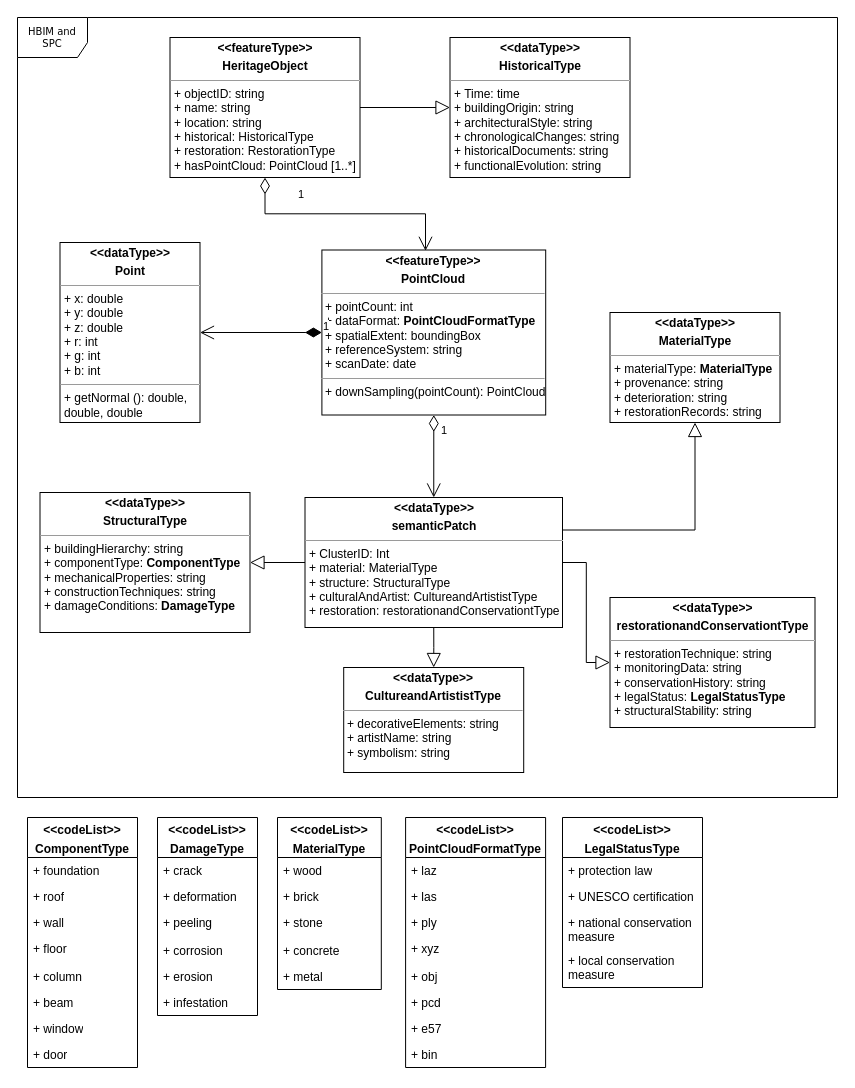
Zhuoyuee/thesis keeps this draw.io diagram as Untitled Diagram.drawio. Above is the earlier version. Source tidied: cells renumbered, new cells numbered last; positions are measured from the earlier drawing's top-left corner, leaving out a move shared by most shapes. Both pictures are drawn from the tidied source at 100%, with x=0, y=0 at pixel (17, 17).
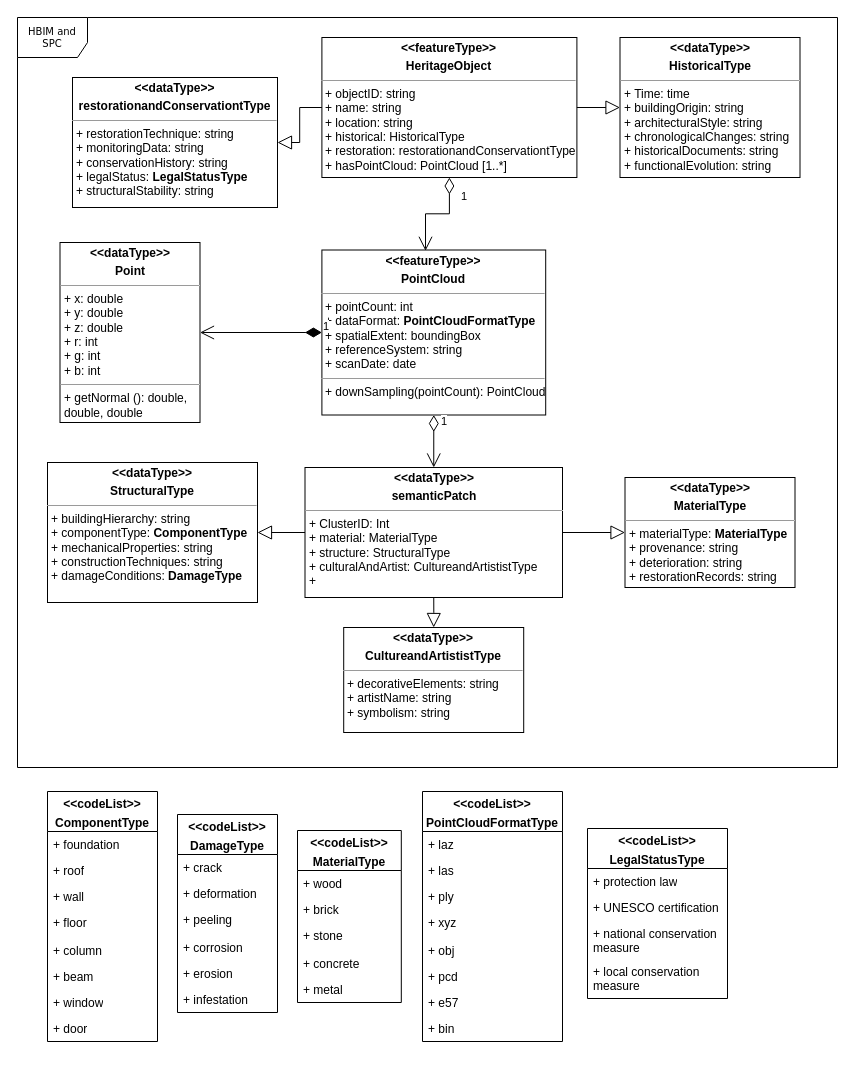
The same page after the edit.

Change to the diagram source:
```diff
@@
     <mxCell id="2" value="HBIM and SPC" style="shape=umlFrame;whiteSpace=wrap;html=1;rounded=0;shadow=0;comic=0;labelBackgroundColor=none;strokeWidth=1;fontFamily=Verdana;fontSize=10;align=center;width=70;height=40;" parent="1" vertex="1">
-      <mxGeometry width="820" height="780" as="geometry" />
+      <mxGeometry width="820" height="750" as="geometry" />
     </mxCell>
@@
-    <mxCell id="4" value="&lt;p style=&quot;margin:0px;margin-top:4px;text-align:center;&quot;&gt;&lt;b&gt;&amp;lt;&amp;lt;featureType&amp;gt;&amp;gt;&lt;/b&gt;&lt;b&gt;&lt;/b&gt;&lt;/p&gt;&lt;p style=&quot;margin:0px;margin-top:4px;text-align:center;&quot;&gt;&lt;b&gt;HeritageObject&lt;/b&gt;&lt;/p&gt;&lt;hr size=&quot;1&quot;&gt;&lt;p style=&quot;margin:0px;margin-left:4px;&quot;&gt;+ objectID: string&lt;br&gt;+ name: string&lt;/p&gt;&lt;p style=&quot;margin:0px;margin-left:4px;&quot;&gt;+ location: string&lt;/p&gt;&lt;p style=&quot;margin:0px;margin-left:4px;&quot;&gt;+ historical: HistoricalType&lt;/p&gt;&lt;p style=&quot;margin:0px;margin-left:4px;&quot;&gt;+ restoration: RestorationType&lt;/p&gt;&lt;p style=&quot;margin:0px;margin-left:4px;&quot;&gt;+ hasPointCloud: PointCloud [1..*]&lt;/p&gt;" style="verticalAlign=top;align=left;overflow=fill;fontSize=12;fontFamily=Helvetica;html=1;rounded=0;shadow=0;comic=0;labelBackgroundColor=none;strokeWidth=1;" parent="1" vertex="1">
-      <mxGeometry x="152.5" y="20" width="190" height="140" as="geometry" />
+    <mxCell id="4" value="&lt;p style=&quot;margin:0px;margin-top:4px;text-align:center;&quot;&gt;&lt;b&gt;&amp;lt;&amp;lt;featureType&amp;gt;&amp;gt;&lt;/b&gt;&lt;b&gt;&lt;/b&gt;&lt;/p&gt;&lt;p style=&quot;margin:0px;margin-top:4px;text-align:center;&quot;&gt;&lt;b&gt;HeritageObject&lt;/b&gt;&lt;/p&gt;&lt;hr size=&quot;1&quot;&gt;&lt;p style=&quot;margin:0px;margin-left:4px;&quot;&gt;+ objectID: string&lt;br&gt;+ name: string&lt;/p&gt;&lt;p style=&quot;margin:0px;margin-left:4px;&quot;&gt;+ location: string&lt;/p&gt;&lt;p style=&quot;margin:0px;margin-left:4px;&quot;&gt;+ historical: HistoricalType&lt;/p&gt;&lt;p style=&quot;margin: 0px 0px 0px 4px;&quot;&gt;+ restoration:&amp;nbsp;&lt;span style=&quot;background-color: transparent; color: light-dark(rgb(0, 0, 0), rgb(255, 255, 255)); text-align: center;&quot;&gt;restorationandConservationtType&lt;/span&gt;&lt;/p&gt;&lt;p style=&quot;margin:0px;margin-left:4px;&quot;&gt;+ hasPointCloud: PointCloud [1..*]&lt;/p&gt;" style="verticalAlign=top;align=left;overflow=fill;fontSize=12;fontFamily=Helvetica;html=1;rounded=0;shadow=0;comic=0;labelBackgroundColor=none;strokeWidth=1;" parent="1" vertex="1">
+      <mxGeometry x="304.4" y="20" width="255" height="140" as="geometry" />
     </mxCell>
@@
     <mxCell id="6" value="&lt;p style=&quot;margin:0px;margin-top:4px;text-align:center;&quot;&gt;&lt;b&gt;&amp;lt;&amp;lt;dataType&amp;gt;&amp;gt;&lt;/b&gt;&lt;b&gt;&lt;/b&gt;&lt;/p&gt;&lt;p style=&quot;margin:0px;margin-top:4px;text-align:center;&quot;&gt;&lt;b&gt;HistoricalType&lt;/b&gt;&lt;/p&gt;&lt;hr size=&quot;1&quot;&gt;&lt;p style=&quot;margin:0px;margin-left:4px;&quot;&gt;+ Time: time&lt;/p&gt;&lt;p style=&quot;margin:0px;margin-left:4px;&quot;&gt;+ buildingOrigin: string&lt;/p&gt;&lt;p style=&quot;margin:0px;margin-left:4px;&quot;&gt;+ architecturalStyle: string&lt;/p&gt;&lt;p style=&quot;margin:0px;margin-left:4px;&quot;&gt;+ chronologicalChanges: string&lt;/p&gt;&lt;p style=&quot;margin:0px;margin-left:4px;&quot;&gt;+ historicalDocuments: string&lt;/p&gt;&lt;p style=&quot;margin:0px;margin-left:4px;&quot;&gt;+ functionalEvolution: string&lt;/p&gt;" style="verticalAlign=top;align=left;overflow=fill;fontSize=12;fontFamily=Helvetica;html=1;rounded=0;shadow=0;comic=0;labelBackgroundColor=none;strokeWidth=1;" parent="1" vertex="1">
-      <mxGeometry x="432.5" y="20" width="180" height="140" as="geometry" />
+      <mxGeometry x="602.5" y="20" width="180" height="140" as="geometry" />
     </mxCell>
     <mxCell id="7" value="&lt;p style=&quot;margin:0px;margin-top:4px;text-align:center;&quot;&gt;&lt;b&gt;&amp;lt;&amp;lt;dataType&amp;gt;&amp;gt;&lt;/b&gt;&lt;b&gt;&lt;/b&gt;&lt;/p&gt;&lt;p style=&quot;margin:0px;margin-top:4px;text-align:center;&quot;&gt;&lt;b&gt;CultureandArtististType&lt;/b&gt;&lt;/p&gt;&lt;hr size=&quot;1&quot;&gt;&lt;p style=&quot;margin:0px;margin-left:4px;&quot;&gt;+ decorativeElements: string&lt;/p&gt;&lt;p style=&quot;margin:0px;margin-left:4px;&quot;&gt;+ artistName: string&lt;br&gt;&lt;/p&gt;&lt;p style=&quot;margin:0px;margin-left:4px;&quot;&gt;+ symbolism: string&lt;/p&gt;&lt;p style=&quot;margin:0px;margin-left:4px;&quot;&gt;&lt;br&gt;&lt;/p&gt;&lt;hr size=&quot;1&quot;&gt;&lt;p style=&quot;margin:0px;margin-left:4px;&quot;&gt;&lt;br&gt;&lt;/p&gt;" style="verticalAlign=top;align=left;overflow=fill;fontSize=12;fontFamily=Helvetica;html=1;rounded=0;shadow=0;comic=0;labelBackgroundColor=none;strokeWidth=1;" parent="1" vertex="1">
-      <mxGeometry x="326.2" y="650" width="180" height="105" as="geometry" />
+      <mxGeometry x="326.2" y="610" width="180" height="105" as="geometry" />
     </mxCell>
-    <mxCell id="8" value="&lt;p style=&quot;margin:0px;margin-top:4px;text-align:center;&quot;&gt;&lt;b&gt;&amp;lt;&amp;lt;dataType&amp;gt;&amp;gt;&lt;/b&gt;&lt;b&gt;&lt;/b&gt;&lt;/p&gt;&lt;p style=&quot;margin:0px;margin-top:4px;text-align:center;&quot;&gt;&lt;b&gt;restorationandConservationtType&lt;/b&gt;&lt;/p&gt;&lt;hr size=&quot;1&quot;&gt;&lt;p style=&quot;margin:0px;margin-left:4px;&quot;&gt;+ restorationTechnique: string&lt;/p&gt;&lt;p style=&quot;margin:0px;margin-left:4px;&quot;&gt;+ monitoringData: string&lt;br&gt;&lt;/p&gt;&lt;p style=&quot;margin:0px;margin-left:4px;&quot;&gt;+ conservationHistory: string&lt;/p&gt;&lt;p style=&quot;margin:0px;margin-left:4px;&quot;&gt;+ legalStatus: &lt;b&gt;Le&lt;span style=&quot;background-color: transparent; color: light-dark(rgb(0, 0, 0), rgb(255, 255, 255));&quot;&gt;galStatusType&lt;/span&gt;&lt;/b&gt;&lt;/p&gt;&lt;p style=&quot;margin:0px;margin-left:4px;&quot;&gt;+ structuralStability: string&lt;/p&gt;&lt;p style=&quot;margin:0px;margin-left:4px;&quot;&gt;&lt;br&gt;&lt;/p&gt;&lt;hr size=&quot;1&quot;&gt;&lt;p style=&quot;margin:0px;margin-left:4px;&quot;&gt;&lt;br&gt;&lt;/p&gt;" style="verticalAlign=top;align=left;overflow=fill;fontSize=12;fontFamily=Helvetica;html=1;rounded=0;shadow=0;comic=0;labelBackgroundColor=none;strokeWidth=1;" parent="1" vertex="1">
-      <mxGeometry x="592.5" y="580" width="205" height="130" as="geometry" />
-    </mxCell>
-    <mxCell id="9" value="&lt;p style=&quot;margin:0px;margin-top:4px;text-align:center;&quot;&gt;&lt;b&gt;&amp;lt;&amp;lt;dataType&amp;gt;&amp;gt;&lt;/b&gt;&lt;b&gt;&lt;/b&gt;&lt;/p&gt;&lt;p style=&quot;margin:0px;margin-top:4px;text-align:center;&quot;&gt;&lt;b&gt;semanticPatch&lt;/b&gt;&lt;/p&gt;&lt;hr size=&quot;1&quot;&gt;&lt;p style=&quot;margin:0px;margin-left:4px;&quot;&gt;+ ClusterID: Int&lt;br&gt;+ material: MaterialType&lt;br&gt;&lt;/p&gt;&lt;p style=&quot;margin:0px;margin-left:4px;&quot;&gt;+ structure: StructuralType&lt;/p&gt;&lt;p style=&quot;margin:0px;margin-left:4px;&quot;&gt;&lt;span style=&quot;background-color: transparent;&quot;&gt;+ culturalAndArtist:&amp;nbsp;&lt;/span&gt;&lt;span style=&quot;background-color: transparent; color: light-dark(rgb(0, 0, 0), rgb(255, 255, 255)); text-align: center;&quot;&gt;CultureandArtististType&lt;/span&gt;&lt;/p&gt;&lt;p style=&quot;margin:0px;margin-left:4px;&quot;&gt;+ restoration:&amp;nbsp;&lt;span style=&quot;background-color: transparent; color: light-dark(rgb(0, 0, 0), rgb(255, 255, 255)); text-align: center;&quot;&gt;restorationandConservationtType&lt;/span&gt;&lt;/p&gt;&lt;p style=&quot;margin:0px;margin-left:4px;&quot;&gt;&lt;br&gt;&lt;/p&gt;" style="verticalAlign=top;align=left;overflow=fill;fontSize=12;fontFamily=Helvetica;html=1;rounded=0;shadow=0;comic=0;labelBackgroundColor=none;strokeWidth=1;" parent="1" vertex="1">
-      <mxGeometry x="287.5" y="480" width="257.5" height="130" as="geometry" />
+    <mxCell id="9" value="&lt;p style=&quot;margin:0px;margin-top:4px;text-align:center;&quot;&gt;&lt;b&gt;&amp;lt;&amp;lt;dataType&amp;gt;&amp;gt;&lt;/b&gt;&lt;b&gt;&lt;/b&gt;&lt;/p&gt;&lt;p style=&quot;margin:0px;margin-top:4px;text-align:center;&quot;&gt;&lt;b&gt;semanticPatch&lt;/b&gt;&lt;/p&gt;&lt;hr size=&quot;1&quot;&gt;&lt;p style=&quot;margin:0px;margin-left:4px;&quot;&gt;+ ClusterID: Int&lt;br&gt;+ material: MaterialType&lt;br&gt;&lt;/p&gt;&lt;p style=&quot;margin:0px;margin-left:4px;&quot;&gt;+ structure: StructuralType&lt;/p&gt;&lt;p style=&quot;margin:0px;margin-left:4px;&quot;&gt;&lt;span style=&quot;background-color: transparent;&quot;&gt;+ culturalAndArtist:&amp;nbsp;&lt;/span&gt;&lt;span style=&quot;background-color: transparent; color: light-dark(rgb(0, 0, 0), rgb(255, 255, 255)); text-align: center;&quot;&gt;CultureandArtististType&lt;/span&gt;&lt;/p&gt;&lt;p style=&quot;margin:0px;margin-left:4px;&quot;&gt;+&amp;nbsp;&lt;/p&gt;" style="verticalAlign=top;align=left;overflow=fill;fontSize=12;fontFamily=Helvetica;html=1;rounded=0;shadow=0;comic=0;labelBackgroundColor=none;strokeWidth=1;" parent="1" vertex="1">
+      <mxGeometry x="287.5" y="450" width="257.5" height="130" as="geometry" />
     </mxCell>
@@
     <mxCell id="12" value="&lt;p style=&quot;text-wrap-mode: nowrap; margin: 4px 0px 0px;&quot;&gt;&lt;b&gt;&amp;lt;&amp;lt;codeList&amp;gt;&amp;gt;&lt;/b&gt;&lt;/p&gt;&lt;p style=&quot;text-wrap-mode: nowrap; margin: 4px 0px 0px;&quot;&gt;&lt;b&gt;MaterialType&lt;/b&gt;&lt;/p&gt;" style="swimlane;fontStyle=0;horizontal=1;startSize=40;fillColor=none;whiteSpace=wrap;html=1;" parent="1" vertex="1">
-      <mxGeometry x="260" y="800" width="103.8" height="172" as="geometry" />
+      <mxGeometry x="280" y="813" width="103.8" height="172" as="geometry" />
     </mxCell>
@@
     <mxCell id="18" value="&lt;p style=&quot;text-wrap-mode: nowrap; margin: 4px 0px 0px;&quot;&gt;&lt;b&gt;&amp;lt;&amp;lt;codeList&amp;gt;&amp;gt;&lt;/b&gt;&lt;/p&gt;&lt;p style=&quot;text-wrap-mode: nowrap; margin: 4px 0px 0px;&quot;&gt;&lt;b&gt;ComponentType&lt;/b&gt;&lt;/p&gt;" style="swimlane;fontStyle=0;horizontal=1;startSize=40;fillColor=none;whiteSpace=wrap;html=1;" parent="1" vertex="1">
-      <mxGeometry x="10" y="800" width="110" height="250" as="geometry" />
+      <mxGeometry x="30" y="774" width="110" height="250" as="geometry" />
     </mxCell>
@@
     <mxCell id="27" value="&lt;p style=&quot;margin:0px;margin-top:4px;text-align:center;&quot;&gt;&lt;b&gt;&amp;lt;&amp;lt;dataType&amp;gt;&amp;gt;&lt;/b&gt;&lt;b&gt;&lt;/b&gt;&lt;/p&gt;&lt;p style=&quot;margin:0px;margin-top:4px;text-align:center;&quot;&gt;&lt;b&gt;MaterialType&lt;/b&gt;&lt;/p&gt;&lt;hr size=&quot;1&quot;&gt;&lt;p style=&quot;margin:0px;margin-left:4px;&quot;&gt;+ materialType:&amp;nbsp;&lt;b style=&quot;background-color: transparent; color: light-dark(rgb(0, 0, 0), rgb(255, 255, 255)); text-align: center;&quot;&gt;MaterialType&lt;/b&gt;&lt;/p&gt;&lt;p style=&quot;margin:0px;margin-left:4px;&quot;&gt;+ provenance: string&lt;/p&gt;&lt;p style=&quot;margin:0px;margin-left:4px;&quot;&gt;+ deterioration: string&lt;/p&gt;&lt;p style=&quot;margin:0px;margin-left:4px;&quot;&gt;+ restorationRecords: string&lt;/p&gt;" style="verticalAlign=top;align=left;overflow=fill;fontSize=12;fontFamily=Helvetica;html=1;rounded=0;shadow=0;comic=0;labelBackgroundColor=none;strokeWidth=1;" parent="1" vertex="1">
-      <mxGeometry x="592.5" y="295" width="170" height="110" as="geometry" />
+      <mxGeometry x="607.5" y="460" width="170" height="110" as="geometry" />
     </mxCell>
     <mxCell id="28" value="&lt;p style=&quot;margin:0px;margin-top:4px;text-align:center;&quot;&gt;&lt;b&gt;&amp;lt;&amp;lt;dataType&amp;gt;&amp;gt;&lt;/b&gt;&lt;b&gt;&lt;/b&gt;&lt;/p&gt;&lt;p style=&quot;margin:0px;margin-top:4px;text-align:center;&quot;&gt;&lt;b&gt;StructuralType&lt;/b&gt;&lt;/p&gt;&lt;hr size=&quot;1&quot;&gt;&lt;p style=&quot;margin:0px;margin-left:4px;&quot;&gt;+ buildingHierarchy: string&lt;/p&gt;&lt;p style=&quot;margin:0px;margin-left:4px;&quot;&gt;+ componentType:&amp;nbsp;&lt;b style=&quot;background-color: transparent; color: light-dark(rgb(0, 0, 0), rgb(255, 255, 255)); text-align: center;&quot;&gt;ComponentType&lt;/b&gt;&lt;/p&gt;&lt;p style=&quot;margin:0px;margin-left:4px;&quot;&gt;+ mechanicalProperties: string&lt;/p&gt;&lt;p style=&quot;margin:0px;margin-left:4px;&quot;&gt;+ constructionTechniques: string&lt;/p&gt;&lt;p style=&quot;margin:0px;margin-left:4px;&quot;&gt;+ damageConditions: &lt;b&gt;DamageType&lt;/b&gt;&lt;/p&gt;" style="verticalAlign=top;align=left;overflow=fill;fontSize=12;fontFamily=Helvetica;html=1;rounded=0;shadow=0;comic=0;labelBackgroundColor=none;strokeWidth=1;" parent="1" vertex="1">
-      <mxGeometry x="22.5" y="475" width="210" height="140" as="geometry" />
+      <mxGeometry x="30" y="445" width="210" height="140" as="geometry" />
     </mxCell>
     <mxCell id="29" value="&lt;p style=&quot;text-wrap-mode: nowrap; margin: 4px 0px 0px;&quot;&gt;&lt;b&gt;&amp;lt;&amp;lt;codeList&amp;gt;&amp;gt;&lt;/b&gt;&lt;/p&gt;&lt;p style=&quot;text-wrap-mode: nowrap; margin: 4px 0px 0px;&quot;&gt;&lt;b&gt;DamageType&lt;/b&gt;&lt;/p&gt;" style="swimlane;fontStyle=0;horizontal=1;startSize=40;fillColor=none;whiteSpace=wrap;html=1;" parent="1" vertex="1">
-      <mxGeometry x="140" y="800" width="100" height="198" as="geometry" />
+      <mxGeometry x="160" y="797" width="100" height="198" as="geometry" />
     </mxCell>
@@
     <mxCell id="36" value="&lt;p style=&quot;text-wrap-mode: nowrap; margin: 4px 0px 0px;&quot;&gt;&lt;b&gt;&amp;lt;&amp;lt;codeList&amp;gt;&amp;gt;&lt;/b&gt;&lt;/p&gt;&lt;p style=&quot;text-wrap-mode: nowrap; margin: 4px 0px 0px;&quot;&gt;&lt;span style=&quot;background-color: transparent; color: light-dark(rgb(0, 0, 0), rgb(255, 255, 255)); text-wrap-mode: wrap;&quot;&gt;&lt;b&gt;LegalStatusType&lt;/b&gt;&lt;/span&gt;&lt;/p&gt;" style="swimlane;fontStyle=0;horizontal=1;startSize=40;fillColor=none;whiteSpace=wrap;html=1;" parent="1" vertex="1">
-      <mxGeometry x="545" y="800" width="140" height="170" as="geometry" />
+      <mxGeometry x="570" y="811" width="140" height="170" as="geometry" />
     </mxCell>
@@
-    <mxCell id="43" style="endArrow=block;endFill=0;endSize=12;html=1;rounded=0;exitX=0.5;exitY=1;exitDx=0;exitDy=0;entryX=0.5;entryY=0;entryDx=0;entryDy=0;edgeStyle=orthogonalEdgeStyle;" parent="1" edge="1" source="9">
-      <mxGeometry relative="1" as="geometry">
-        <mxPoint x="416.2" y="650" as="targetPoint" />
-      </mxGeometry>
+    <mxCell id="43" style="endArrow=block;endFill=0;endSize=12;html=1;rounded=0;exitX=0.5;exitY=1;exitDx=0;exitDy=0;entryX=0.5;entryY=0;entryDx=0;entryDy=0;edgeStyle=orthogonalEdgeStyle;" parent="1" edge="1" source="9" target="7">
+      <mxGeometry relative="1" as="geometry" />
     </mxCell>
-    <mxCell id="44" style="endArrow=block;endFill=0;endSize=12;html=1;rounded=0;exitX=1;exitY=0.25;exitDx=0;exitDy=0;entryX=0.5;entryY=1;entryDx=0;entryDy=0;edgeStyle=orthogonalEdgeStyle;" parent="1" edge="1" source="9" target="27">
+    <mxCell id="44" style="endArrow=block;endFill=0;endSize=12;html=1;rounded=0;exitX=1;exitY=0.5;exitDx=0;exitDy=0;entryX=0;entryY=0.5;entryDx=0;entryDy=0;edgeStyle=orthogonalEdgeStyle;" parent="1" edge="1" source="9" target="27">
       <mxGeometry relative="1" as="geometry" />
     </mxCell>
-    <mxCell id="45" style="endArrow=block;endFill=0;endSize=12;html=1;rounded=0;exitX=1;exitY=0.5;exitDx=0;exitDy=0;entryX=0;entryY=0.5;entryDx=0;entryDy=0;edgeStyle=orthogonalEdgeStyle;" parent="1" edge="1" source="9" target="8">
-      <mxGeometry relative="1" as="geometry" />
-    </mxCell>
     <mxCell id="46" value="&lt;p style=&quot;text-wrap-mode: nowrap; margin: 4px 0px 0px;&quot;&gt;&lt;b&gt;&amp;lt;&amp;lt;codeList&amp;gt;&amp;gt;&lt;/b&gt;&lt;/p&gt;&lt;p style=&quot;text-wrap-mode: nowrap; margin: 4px 0px 0px;&quot;&gt;&lt;b&gt;PointCloudFormatType&lt;/b&gt;&lt;/p&gt;" style="swimlane;fontStyle=0;horizontal=1;startSize=40;fillColor=none;whiteSpace=wrap;html=1;" parent="1" vertex="1">
-      <mxGeometry x="388.1" y="800" width="140" height="250" as="geometry" />
+      <mxGeometry x="405" y="774" width="140" height="250" as="geometry" />
     </mxCell>
@@
+    <mxCell id="8" value="&lt;p style=&quot;margin:0px;margin-top:4px;text-align:center;&quot;&gt;&lt;b&gt;&amp;lt;&amp;lt;dataType&amp;gt;&amp;gt;&lt;/b&gt;&lt;b&gt;&lt;/b&gt;&lt;/p&gt;&lt;p style=&quot;margin:0px;margin-top:4px;text-align:center;&quot;&gt;&lt;b&gt;restorationandConservationtType&lt;/b&gt;&lt;/p&gt;&lt;hr size=&quot;1&quot;&gt;&lt;p style=&quot;margin:0px;margin-left:4px;&quot;&gt;+ restorationTechnique: string&lt;/p&gt;&lt;p style=&quot;margin:0px;margin-left:4px;&quot;&gt;+ monitoringData: string&lt;br&gt;&lt;/p&gt;&lt;p style=&quot;margin:0px;margin-left:4px;&quot;&gt;+ conservationHistory: string&lt;/p&gt;&lt;p style=&quot;margin:0px;margin-left:4px;&quot;&gt;+ legalStatus: &lt;b&gt;Le&lt;span style=&quot;background-color: transparent; color: light-dark(rgb(0, 0, 0), rgb(255, 255, 255));&quot;&gt;galStatusType&lt;/span&gt;&lt;/b&gt;&lt;/p&gt;&lt;p style=&quot;margin:0px;margin-left:4px;&quot;&gt;+ structuralStability: string&lt;/p&gt;&lt;p style=&quot;margin:0px;margin-left:4px;&quot;&gt;&lt;br&gt;&lt;/p&gt;&lt;hr size=&quot;1&quot;&gt;&lt;p style=&quot;margin:0px;margin-left:4px;&quot;&gt;&lt;br&gt;&lt;/p&gt;" style="verticalAlign=top;align=left;overflow=fill;fontSize=12;fontFamily=Helvetica;html=1;rounded=0;shadow=0;comic=0;labelBackgroundColor=none;strokeWidth=1;" parent="1" vertex="1">
+      <mxGeometry x="55" y="60" width="205" height="130" as="geometry" />
+    </mxCell>
+    <mxCell id="56" style="endArrow=block;endFill=0;endSize=12;html=1;rounded=0;exitX=0;exitY=0.5;exitDx=0;exitDy=0;entryX=1;entryY=0.5;entryDx=0;entryDy=0;edgeStyle=orthogonalEdgeStyle;" parent="1" edge="1" source="4" target="8">
+      <mxGeometry relative="1" as="geometry" />
+    </mxCell>
```
